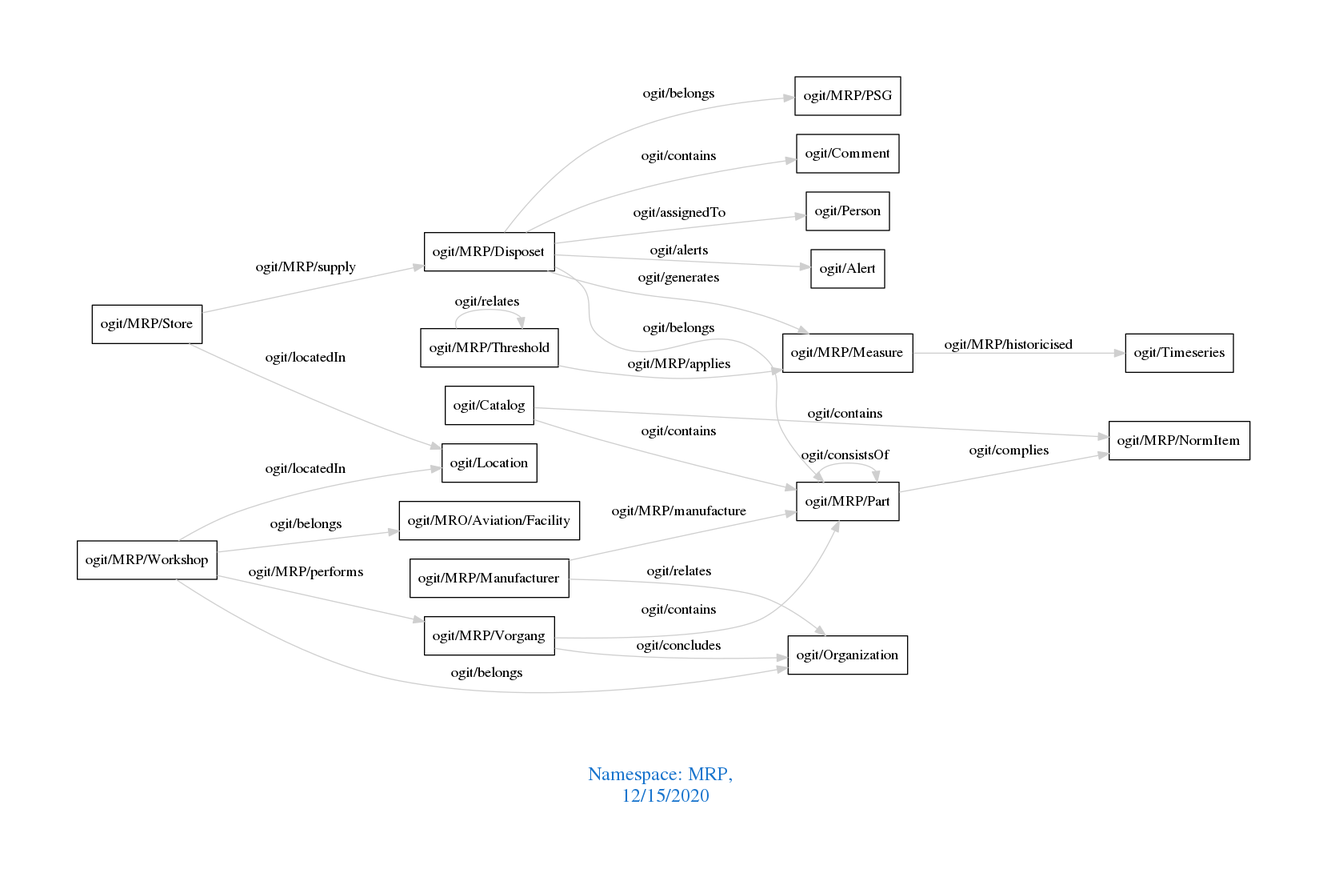
Before: downloads/MRP.png, a diagram exported from Graphviz (arago/OGIT). Its source is kept beside it as downloads/MRP.dot. Source of this version:
```dot
digraph OGIT_ontology {
 graph [ rankdir= LR,pad=1
fontsize = 18,
fontcolor= dodgerblue3,label = "\n\n\nNamespace: MRP, \n 12/15/2020"];
node[shape=polygon];
edge [  color="gray81"];

   "ogit/MRP/Disposet" -> "ogit/Comment" [label="   ogit/contains    "];
   "ogit/MRP/Vorgang" -> "ogit/MRP/Part" [label="   ogit/contains    "];
   "ogit/Catalog" -> "ogit/MRP/NormItem" [label="   ogit/contains    "];
   "ogit/Catalog" -> "ogit/MRP/Part" [label="   ogit/contains    "];
   "ogit/MRP/Vorgang" -> "ogit/Organization" [label="   ogit/concludes    "];
   "ogit/MRP/Disposet" -> "ogit/Person" [label="   ogit/assignedTo    "];
   "ogit/MRP/Disposet" -> "ogit/MRP/Measure" [label="   ogit/generates    "];
   "ogit/MRP/Threshold" -> "ogit/MRP/Measure" [label="   ogit/MRP/applies    "];
   "ogit/MRP/Part" -> "ogit/MRP/NormItem" [label="   ogit/complies    "];
   "ogit/MRP/Workshop" -> "ogit/MRP/Vorgang" [label="   ogit/MRP/performs    "];
   "ogit/MRP/Disposet" -> "ogit/Alert" [label="   ogit/alerts    "];
   "ogit/MRP/Store" -> "ogit/Location" [label="   ogit/locatedIn    "];
   "ogit/MRP/Workshop" -> "ogit/Location" [label="   ogit/locatedIn    "];
   "ogit/MRP/Measure" -> "ogit/Timeseries" [label="   ogit/MRP/historicised    "];
   "ogit/MRP/Manufacturer" -> "ogit/MRP/Part" [label="   ogit/MRP/manufacture    "];
   "ogit/MRP/Store" -> "ogit/MRP/Disposet" [label="   ogit/MRP/supply    "];
   "ogit/MRP/Disposet" -> "ogit/MRP/Part" [label="   ogit/belongs    "];
   "ogit/MRP/Disposet" -> "ogit/MRP/PSG" [label="   ogit/belongs    "];
   "ogit/MRP/Workshop" -> "ogit/MRO/Aviation/Facility" [label="   ogit/belongs    "];
   "ogit/MRP/Workshop" -> "ogit/Organization" [label="   ogit/belongs    "];
   "ogit/MRP/Manufacturer" -> "ogit/Organization" [label="   ogit/relates    "];
   "ogit/MRP/Threshold" -> "ogit/MRP/Threshold" [label="   ogit/relates    "];
   "ogit/MRP/Part" -> "ogit/MRP/Part" [label="   ogit/consistsOf    "];
}
```
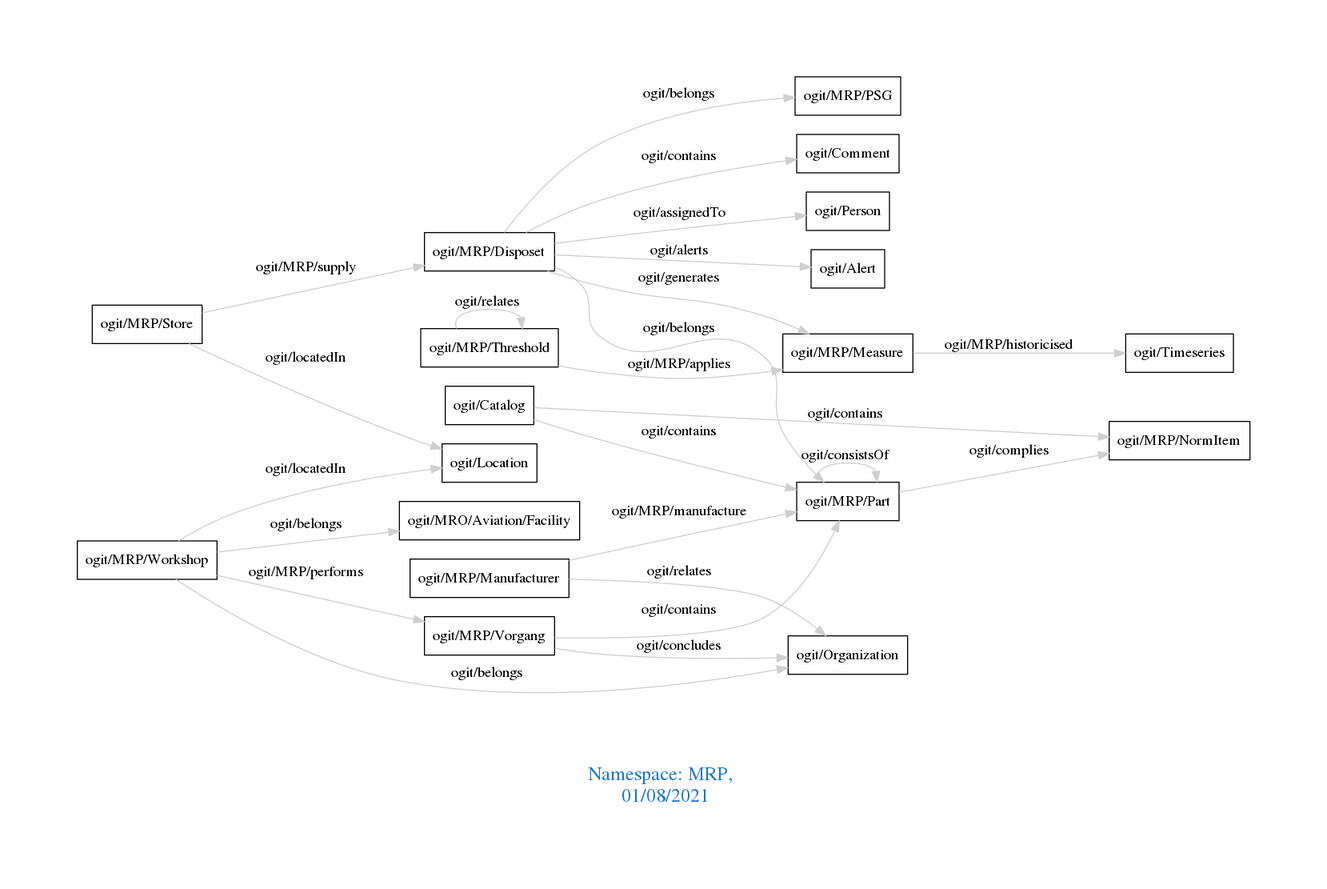
Later version of the same file.

What changed in the source:
```diff
@@ -1,7 +1,7 @@
 digraph OGIT_ontology {
  graph [ rankdir= LR,pad=1
 fontsize = 18,
-fontcolor= dodgerblue3,label = "\n\n\nNamespace: MRP, \n 12/15/2020"];
+fontcolor= dodgerblue3,label = "\n\n\nNamespace: MRP, \n 01/08/2021"];
 node[shape=polygon];
 edge [  color="gray81"];
 
```
